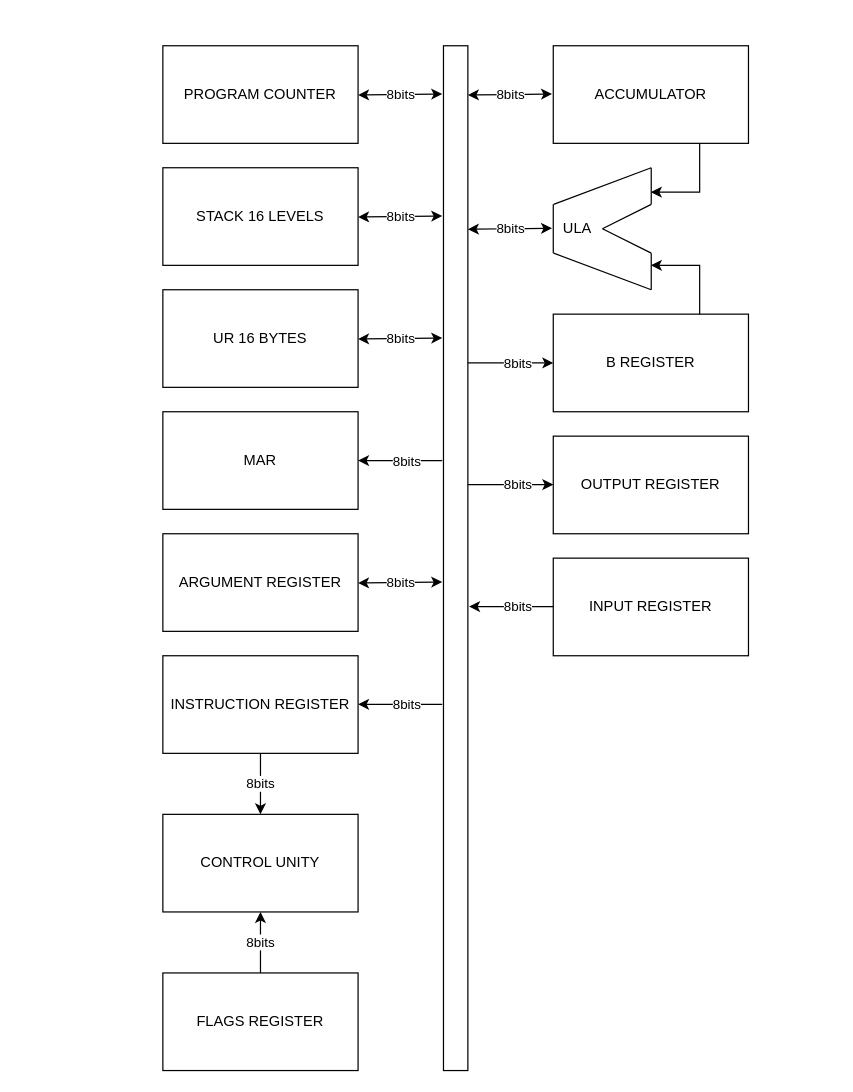
This is Solon-Tavares-Computer-1/arquitetura-hardware/ArquiteturaSTP1.drawio from Vinicius-Moraes20/computadores, a draw.io file, before an edit. Source tidied: cells renumbered, new cells numbered last; positions are measured from the earlier drawing's top-left corner, leaving out a move shared by most shapes. Both pictures are drawn from the tidied source at 122%, with x=0, y=0 at pixel (162, 45).
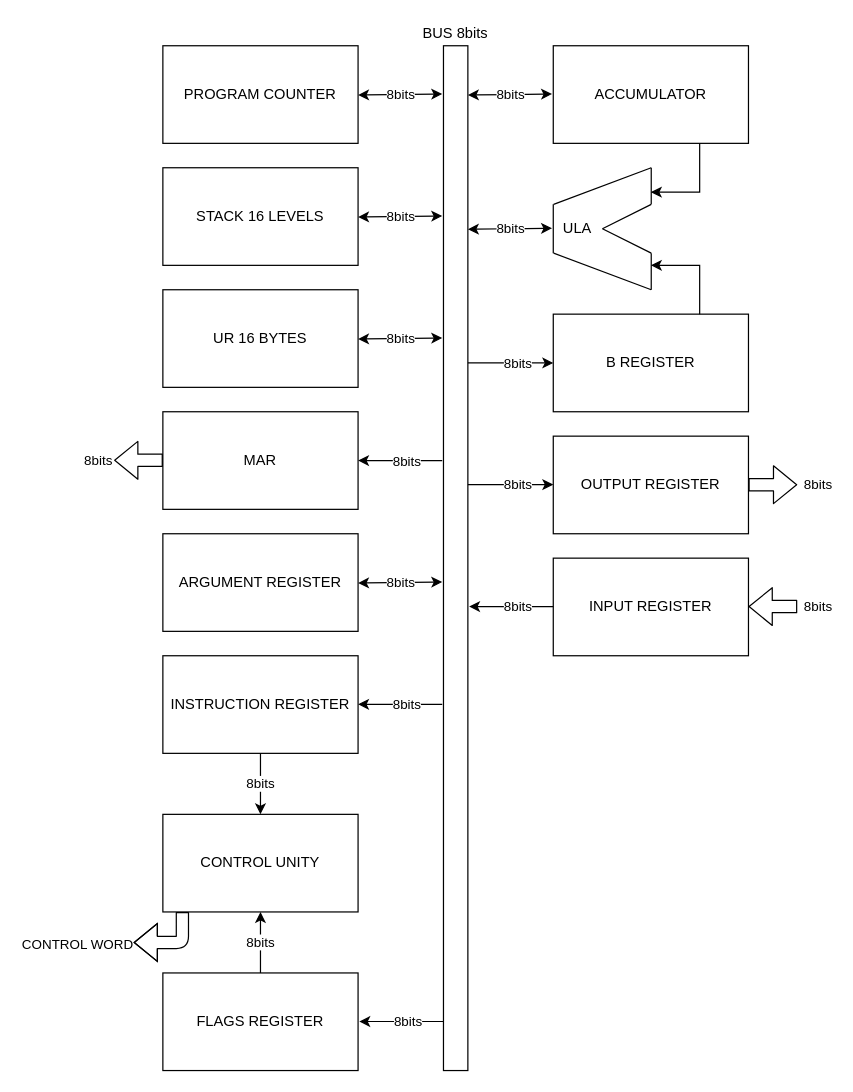
Above is the later version.

Diff of the diagram source:
```diff
@@
+    <mxCell id="44" style="endArrow=classic;html=1;entryX=1;entryY=0.5;entryDx=0;entryDy=0;" parent="1" edge="1">
+      <mxGeometry relative="1" as="geometry">
+        <mxPoint x="230" y="799.8" as="sourcePoint" />
+        <mxPoint x="161" y="799.8" as="targetPoint" />
+      </mxGeometry>
+    </mxCell>
+    <mxCell id="45" value="8bits" style="edgeLabel;html=1;align=center;verticalAlign=middle;" parent="44" vertex="1">
+      <mxGeometry x="-0.13" relative="1" as="geometry" />
+    </mxCell>
+    <mxCell id="46" style="shape=flexArrow;endArrow=classic;html=1;" parent="1" edge="1">
+      <mxGeometry relative="1" as="geometry">
+        <mxPoint y="339.8" as="sourcePoint" />
+        <mxPoint x="-40" y="339.8" as="targetPoint" />
+      </mxGeometry>
+    </mxCell>
+    <mxCell id="47" value="8bits" style="edgeLabel;html=1;align=center;verticalAlign=middle;" parent="46" vertex="1">
+      <mxGeometry x="0.57" relative="1" as="geometry">
+        <mxPoint x="-23" as="offset" />
+      </mxGeometry>
+    </mxCell>
+    <mxCell id="48" style="shape=flexArrow;endArrow=classic;html=1;" parent="1" edge="1">
+      <mxGeometry relative="1" as="geometry">
+        <mxPoint x="520" y="459.7" as="sourcePoint" />
+        <mxPoint x="480" y="459.7" as="targetPoint" />
+      </mxGeometry>
+    </mxCell>
+    <mxCell id="49" value="8bits" style="edgeLabel;html=1;align=center;verticalAlign=middle;" parent="48" vertex="1">
+      <mxGeometry x="0.57" relative="1" as="geometry">
+        <mxPoint x="47" as="offset" />
+      </mxGeometry>
+    </mxCell>
+    <mxCell id="50" style="shape=flexArrow;endArrow=classic;html=1;" parent="1" edge="1">
+      <mxGeometry relative="1" as="geometry">
+        <mxPoint x="480" y="359.8" as="sourcePoint" />
+        <mxPoint x="520" y="359.8" as="targetPoint" />
+      </mxGeometry>
+    </mxCell>
+    <mxCell id="51" value="8bits" style="edgeLabel;html=1;align=center;verticalAlign=middle;" parent="50" vertex="1">
+      <mxGeometry x="0.68" y="-2" relative="1" as="geometry">
+        <mxPoint x="22" y="-2" as="offset" />
+      </mxGeometry>
+    </mxCell>
+    <mxCell id="52" value="BUS 8bits" style="text;html=1;strokeColor=none;fillColor=none;align=center;verticalAlign=middle;whiteSpace=wrap;rounded=0;" parent="1" vertex="1">
+      <mxGeometry x="207" y="-20" width="66" height="20" as="geometry" />
+    </mxCell>
+    <mxCell id="53" style="shape=flexArrow;endArrow=classic;html=1;" parent="1" edge="1">
+      <mxGeometry relative="1" as="geometry">
+        <mxPoint x="16" y="710" as="sourcePoint" />
+        <mxPoint x="-24" y="735" as="targetPoint" />
+        <Array as="points">
+          <mxPoint x="16" y="735" />
+        </Array>
+      </mxGeometry>
+    </mxCell>
+    <mxCell id="54" value="CONTROL WORD" style="edgeLabel;html=1;align=center;verticalAlign=middle;" parent="53" vertex="1">
+      <mxGeometry x="0.52" y="1" relative="1" as="geometry">
+        <mxPoint x="-63" as="offset" />
+      </mxGeometry>
+    </mxCell>
```
